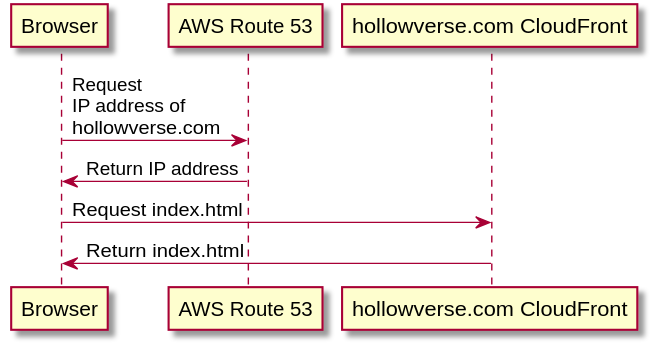
The PlantUML diagram architectures/diagrams/serveIndexHtml.puml.svg in hollowverse-archive/architecture, before a commit. Its source is kept beside it as architectures/diagrams/serveIndexHtml.puml.
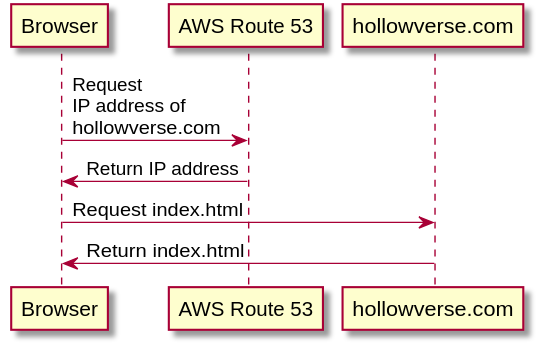
The same file after the commit.

Diff of the diagram source:
```diff
@@ -1,10 +1,10 @@
 @startuml
 participant Browser as browser
 participant "AWS Route 53" as route53
-participant "hollowverse.com CloudFront" as hcf
+participant "hollowverse.com" as hollowverseCom
 
 browser -> route53: Request\nIP address of\nhollowverse.com
 route53 -> browser: Return IP address
-browser -> hcf: Request index.html
-hcf -> browser: Return index.html
+browser -> hollowverseCom: Request index.html
+hollowverseCom -> browser: Return index.html
 @enduml
```
